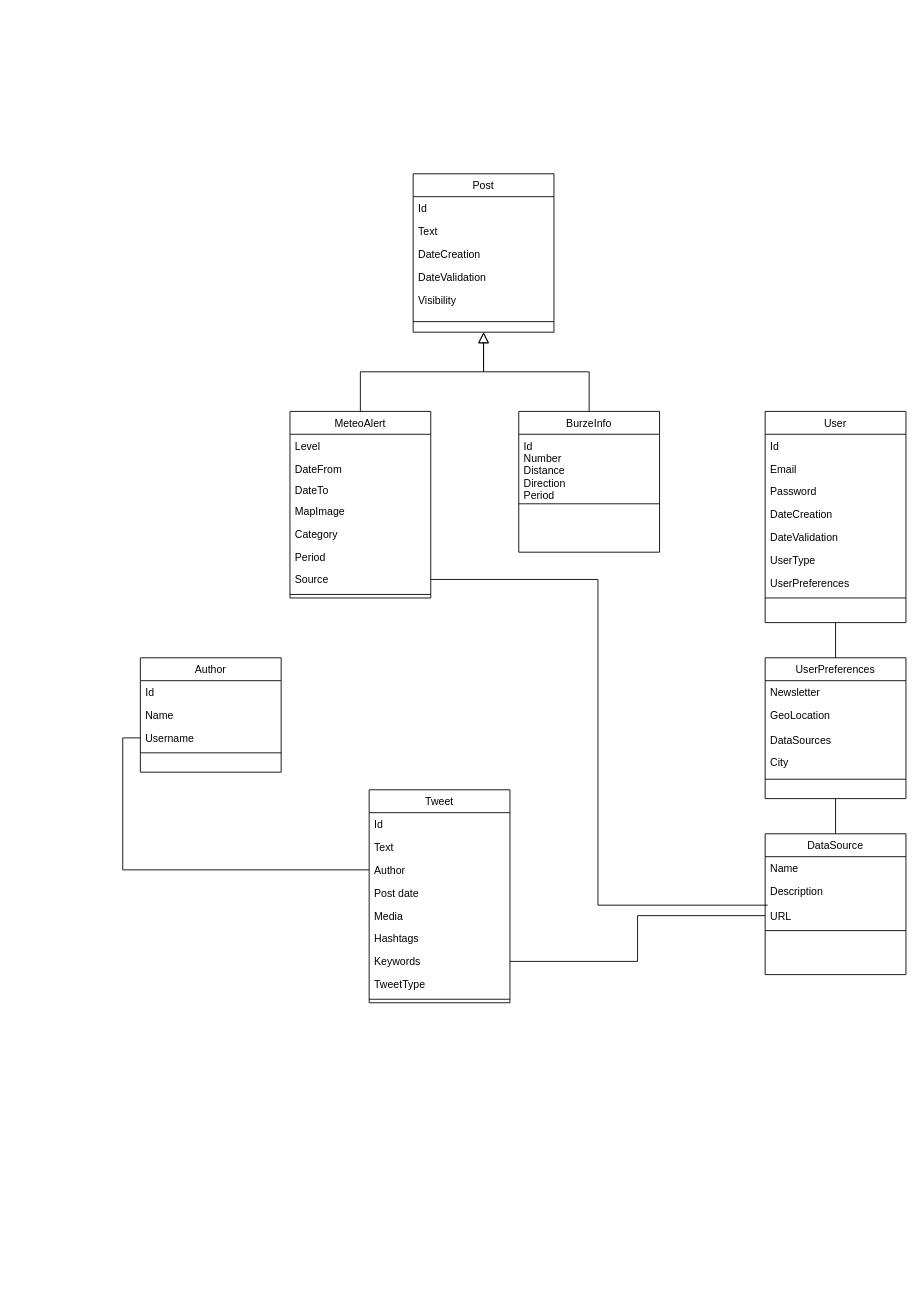
Earlier version of the draw.io diagram page "Class diagram" (2 of 4) of docs/warn-me-diagrams.drawio (TheBrothersCode/WarnMe). Source tidied: cells renumbered, new cells numbered last; positions are measured from the earlier drawing's top-left corner, leaving out a move shared by most shapes. Both pictures are drawn from the tidied source at 88%, with x=0, y=0 at pixel (140, 173).
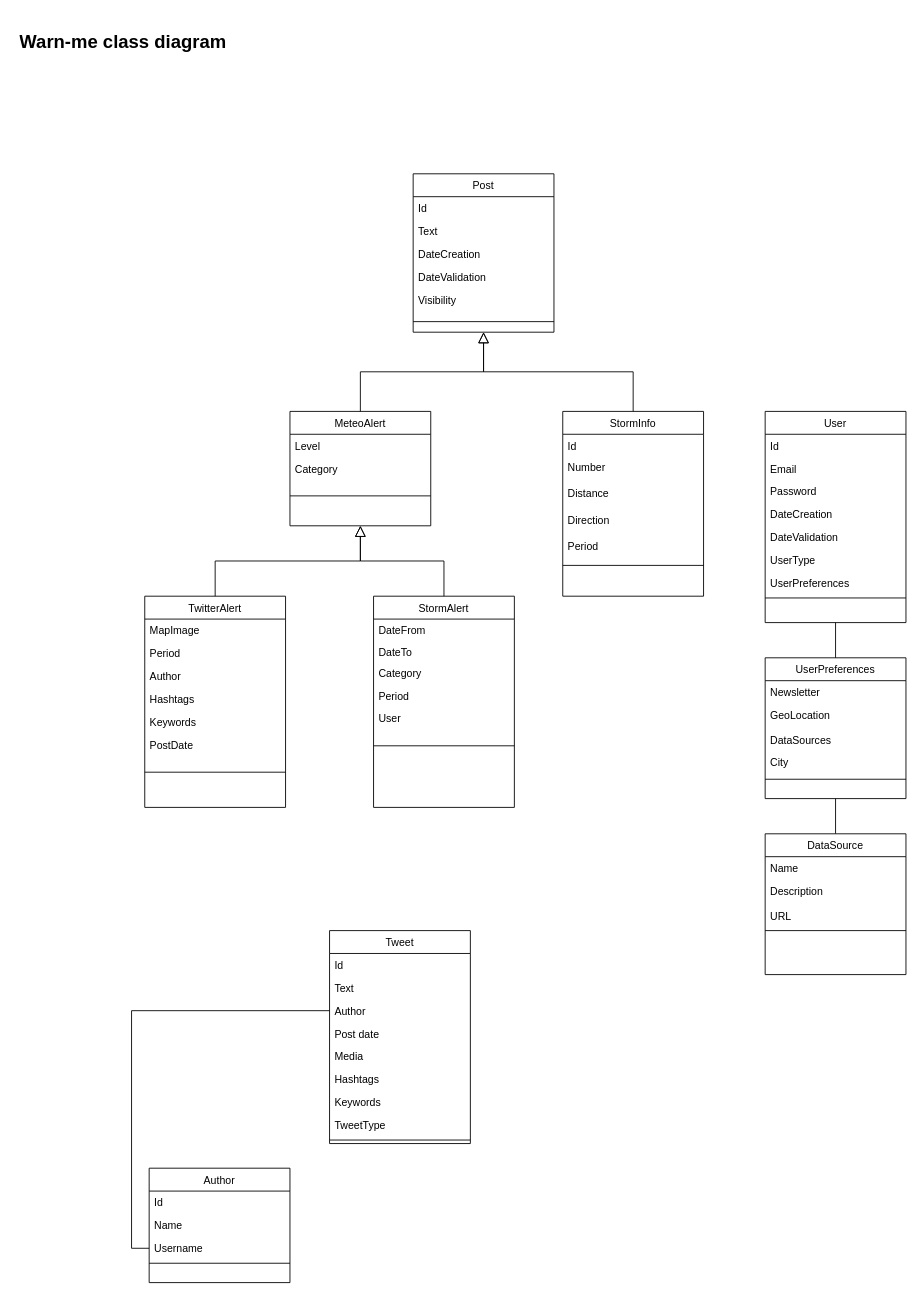
The same diagram, later.

Commit message (it also covers changes not shown here):
entity diagram second approach

Unchanged cells that the change refers to:
```xml
<mxCell id="18" value="Keywords" style="text;align=left;verticalAlign=top;spacingLeft=4;spacingRight=4;overflow=hidden;points=[[0,0.5],[1,0.5]];portConstraint=eastwest;rounded=0;shadow=0;html=0;" parent="11" vertex="1">
  <mxGeometry y="182" width="160" height="26" as="geometry" />
</mxCell>
<mxCell id="59" value="URL" style="text;align=left;verticalAlign=top;spacingLeft=4;spacingRight=4;overflow=hidden;points=[[0,0.5],[1,0.5]];portConstraint=eastwest;rounded=0;shadow=0;html=0;" parent="56" vertex="1">
  <mxGeometry y="80" width="160" height="26" as="geometry" />
</mxCell>
```

Diff of the diagram source:
```diff
@@
     <mxCell id="2" value="MeteoAlert" style="swimlane;fontStyle=0;align=center;verticalAlign=top;horizontal=1;startSize=26;rounded=0;shadow=0;strokeWidth=1;" parent="1" vertex="1">
-      <mxGeometry x="170" y="270" width="160" height="212" as="geometry" />
+      <mxGeometry x="170" y="270" width="160" height="130" as="geometry" />
     </mxCell>
@@
-    <mxCell id="4" value="DateFrom" style="text;align=left;verticalAlign=top;spacingLeft=4;spacingRight=4;overflow=hidden;" parent="2" vertex="1">
-      <mxGeometry y="52" width="160" height="24" as="geometry" />
-    </mxCell>
-    <mxCell id="5" value="DateTo" style="text;align=left;verticalAlign=top;spacingLeft=4;spacingRight=4;overflow=hidden;" parent="2" vertex="1">
-      <mxGeometry y="76" width="160" height="24" as="geometry" />
-    </mxCell>
-    <mxCell id="6" value="MapImage" style="text;align=left;verticalAlign=top;spacingLeft=4;spacingRight=4;overflow=hidden;rounded=0;shadow=0;html=0;" parent="2" vertex="1">
-      <mxGeometry y="100" width="160" height="26" as="geometry" />
-    </mxCell>
     <mxCell id="7" value="Category" style="text;align=left;verticalAlign=top;spacingLeft=4;spacingRight=4;overflow=hidden;rounded=0;shadow=0;html=0;" parent="2" vertex="1">
-      <mxGeometry y="126" width="160" height="26" as="geometry" />
+      <mxGeometry y="52" width="160" height="26" as="geometry" />
     </mxCell>
-    <mxCell id="8" value="Period" style="text;align=left;verticalAlign=top;spacingLeft=4;spacingRight=4;overflow=hidden;rounded=0;shadow=0;html=0;" parent="2" vertex="1">
-      <mxGeometry y="152" width="160" height="26" as="geometry" />
-    </mxCell>
-    <mxCell id="9" value="Source" style="text;align=left;verticalAlign=top;spacingLeft=4;spacingRight=4;overflow=hidden;points=[[0,0.5],[1,0.5]];portConstraint=eastwest;rounded=0;shadow=0;html=0;" parent="2" vertex="1">
-      <mxGeometry y="178" width="160" height="26" as="geometry" />
-    </mxCell>
     <mxCell id="10" style="line;html=1;strokeWidth=1;align=left;verticalAlign=middle;spacingTop=-1;spacingLeft=3;spacingRight=3;labelPosition=right;" parent="2" vertex="1">
-      <mxGeometry y="204" width="160" height="8" as="geometry" />
+      <mxGeometry y="78" width="160" height="36" as="geometry" />
     </mxCell>
     <mxCell id="11" value="Tweet" style="swimlane;fontStyle=0;align=center;verticalAlign=top;horizontal=1;startSize=26;rounded=0;shadow=0;strokeWidth=1;" parent="1" vertex="1">
-      <mxGeometry x="260" y="700" width="160" height="242" as="geometry" />
+      <mxGeometry x="215" y="860" width="160" height="242" as="geometry" />
     </mxCell>
@@
-    <mxCell id="21" value="BurzeInfo" style="swimlane;fontStyle=0;align=center;verticalAlign=top;horizontal=1;startSize=26;rounded=0;shadow=0;strokeWidth=1;" parent="1" vertex="1">
-      <mxGeometry x="430" y="270" width="160" height="160" as="geometry" />
+    <mxCell id="21" value="StormInfo" style="swimlane;fontStyle=0;align=center;verticalAlign=top;horizontal=1;startSize=26;rounded=0;shadow=0;strokeWidth=1;" parent="1" vertex="1">
+      <mxGeometry x="480" y="270" width="160" height="210" as="geometry" />
     </mxCell>
-    <mxCell id="22" value="Id&#10;Number&#10;Distance&#10;Direction&#10;Period" style="text;align=left;verticalAlign=top;spacingLeft=4;spacingRight=4;overflow=hidden;" parent="21" vertex="1">
-      <mxGeometry y="26" width="160" height="74" as="geometry" />
+    <mxCell id="22" value="Id" style="text;align=left;verticalAlign=top;spacingLeft=4;spacingRight=4;overflow=hidden;" parent="21" vertex="1">
+      <mxGeometry y="26" width="160" height="24" as="geometry" />
     </mxCell>
+    <mxCell id="63" value="Number" style="text;align=left;verticalAlign=top;spacingLeft=4;spacingRight=4;overflow=hidden;" parent="21" vertex="1">
+      <mxGeometry y="50" width="160" height="30" as="geometry" />
+    </mxCell>
+    <mxCell id="64" value="Distance" style="text;align=left;verticalAlign=top;spacingLeft=4;spacingRight=4;overflow=hidden;" parent="21" vertex="1">
+      <mxGeometry y="80" width="160" height="30" as="geometry" />
+    </mxCell>
+    <mxCell id="65" value="Direction" style="text;align=left;verticalAlign=top;spacingLeft=4;spacingRight=4;overflow=hidden;" parent="21" vertex="1">
+      <mxGeometry y="110" width="160" height="30" as="geometry" />
+    </mxCell>
+    <mxCell id="66" value="Period" style="text;align=left;verticalAlign=top;spacingLeft=4;spacingRight=4;overflow=hidden;" parent="21" vertex="1">
+      <mxGeometry y="140" width="160" height="30" as="geometry" />
+    </mxCell>
     <mxCell id="23" style="line;html=1;strokeWidth=1;align=left;verticalAlign=middle;spacingTop=-1;spacingLeft=3;spacingRight=3;labelPosition=right;" parent="21" vertex="1">
-      <mxGeometry y="100" width="160" height="10" as="geometry" />
+      <mxGeometry y="170" width="160" height="10" as="geometry" />
     </mxCell>
@@
     <mxCell id="41" value="Author" style="swimlane;fontStyle=0;align=center;verticalAlign=top;horizontal=1;startSize=26;rounded=0;shadow=0;strokeWidth=1;" parent="1" vertex="1">
-      <mxGeometry y="550" width="160" height="130" as="geometry" />
+      <mxGeometry x="10" y="1130" width="160" height="130" as="geometry" />
     </mxCell>
@@
-    <mxCell id="61" style="edgeStyle=orthogonalEdgeStyle;rounded=0;jettySize=auto;html=1;exitX=1;exitY=0.5;exitDx=0;exitDy=0;endArrow=none;endFill=0;entryX=0;entryY=0.5;entryDx=0;entryDy=0;" parent="1" edge="1" source="18" target="59">
-      <mxGeometry relative="1" as="geometry" />
-    </mxCell>
-    <mxCell id="62" style="edgeStyle=orthogonalEdgeStyle;rounded=0;jettySize=auto;html=1;entryX=0.018;entryY=0.043;entryDx=0;entryDy=0;endArrow=none;endFill=0;entryPerimeter=0;" parent="1" edge="1" source="9" target="59">
-      <mxGeometry relative="1" as="geometry" />
-    </mxCell>
+    <mxCell id="67" value="TwitterAlert" style="swimlane;fontStyle=0;align=center;verticalAlign=top;horizontal=1;startSize=26;rounded=0;shadow=0;strokeWidth=1;" parent="1" vertex="1">
+      <mxGeometry x="5" y="480" width="160" height="240" as="geometry" />
+    </mxCell>
+    <mxCell id="6" value="MapImage" style="text;align=left;verticalAlign=top;spacingLeft=4;spacingRight=4;overflow=hidden;rounded=0;shadow=0;html=0;" parent="67" vertex="1">
+      <mxGeometry y="26" width="160" height="26" as="geometry" />
+    </mxCell>
+    <mxCell id="68" value="Period" style="text;align=left;verticalAlign=top;spacingLeft=4;spacingRight=4;overflow=hidden;rounded=0;shadow=0;html=0;" parent="67" vertex="1">
+      <mxGeometry y="52" width="160" height="26" as="geometry" />
+    </mxCell>
+    <mxCell id="69" value="Author" style="text;align=left;verticalAlign=top;spacingLeft=4;spacingRight=4;overflow=hidden;rounded=0;shadow=0;html=0;" parent="67" vertex="1">
+      <mxGeometry y="78" width="160" height="26" as="geometry" />
+    </mxCell>
+    <mxCell id="70" value="Hashtags" style="text;align=left;verticalAlign=top;spacingLeft=4;spacingRight=4;overflow=hidden;rounded=0;shadow=0;html=0;" parent="67" vertex="1">
+      <mxGeometry y="104" width="160" height="26" as="geometry" />
+    </mxCell>
+    <mxCell id="71" value="Keywords" style="text;align=left;verticalAlign=top;spacingLeft=4;spacingRight=4;overflow=hidden;rounded=0;shadow=0;html=0;" parent="67" vertex="1">
+      <mxGeometry y="130" width="160" height="26" as="geometry" />
+    </mxCell>
+    <mxCell id="72" value="PostDate" style="text;align=left;verticalAlign=top;spacingLeft=4;spacingRight=4;overflow=hidden;rounded=0;shadow=0;html=0;" parent="67" vertex="1">
+      <mxGeometry y="156" width="160" height="26" as="geometry" />
+    </mxCell>
+    <mxCell id="73" style="line;html=1;strokeWidth=1;align=left;verticalAlign=middle;spacingTop=-1;spacingLeft=3;spacingRight=3;labelPosition=right;" parent="67" vertex="1">
+      <mxGeometry y="182" width="160" height="36" as="geometry" />
+    </mxCell>
+    <mxCell id="74" value="StormAlert" style="swimlane;fontStyle=0;align=center;verticalAlign=top;horizontal=1;startSize=26;rounded=0;shadow=0;strokeWidth=1;" parent="1" vertex="1">
+      <mxGeometry x="265" y="480" width="160" height="240" as="geometry" />
+    </mxCell>
+    <mxCell id="4" value="DateFrom" style="text;align=left;verticalAlign=top;spacingLeft=4;spacingRight=4;overflow=hidden;" parent="74" vertex="1">
+      <mxGeometry y="26" width="160" height="24" as="geometry" />
+    </mxCell>
+    <mxCell id="5" value="DateTo" style="text;align=left;verticalAlign=top;spacingLeft=4;spacingRight=4;overflow=hidden;" parent="74" vertex="1">
+      <mxGeometry y="50" width="160" height="24" as="geometry" />
+    </mxCell>
+    <mxCell id="75" value="Category" style="text;align=left;verticalAlign=top;spacingLeft=4;spacingRight=4;overflow=hidden;rounded=0;shadow=0;html=0;" parent="74" vertex="1">
+      <mxGeometry y="74" width="160" height="26" as="geometry" />
+    </mxCell>
+    <mxCell id="76" value="Period" style="text;align=left;verticalAlign=top;spacingLeft=4;spacingRight=4;overflow=hidden;rounded=0;shadow=0;html=0;" parent="74" vertex="1">
+      <mxGeometry y="100" width="160" height="26" as="geometry" />
+    </mxCell>
+    <mxCell id="77" value="User" style="text;align=left;verticalAlign=top;spacingLeft=4;spacingRight=4;overflow=hidden;rounded=0;shadow=0;html=0;" parent="74" vertex="1">
+      <mxGeometry y="126" width="160" height="26" as="geometry" />
+    </mxCell>
+    <mxCell id="78" style="line;html=1;strokeWidth=1;align=left;verticalAlign=middle;spacingTop=-1;spacingLeft=3;spacingRight=3;labelPosition=right;" parent="74" vertex="1">
+      <mxGeometry y="152" width="160" height="36" as="geometry" />
+    </mxCell>
+    <mxCell id="79" style="endArrow=block;endSize=10;endFill=0;shadow=0;strokeWidth=1;rounded=0;edgeStyle=elbowEdgeStyle;elbow=vertical;entryX=0.5;entryY=1;entryDx=0;entryDy=0;exitX=0.5;exitY=0;exitDx=0;exitDy=0;" parent="1" edge="1" source="67" target="2">
+      <mxGeometry relative="1" as="geometry" />
+    </mxCell>
+    <mxCell id="80" style="endArrow=block;endSize=10;endFill=0;shadow=0;strokeWidth=1;rounded=0;edgeStyle=elbowEdgeStyle;elbow=vertical;entryX=0.5;entryY=1;entryDx=0;entryDy=0;exitX=0.5;exitY=0;exitDx=0;exitDy=0;" parent="1" edge="1" source="74" target="2">
+      <mxGeometry relative="1" as="geometry" />
+    </mxCell>
+    <mxCell id="81" value="&lt;h1&gt;&lt;span style=&quot;font-size: 21px&quot;&gt;Warn-me class diagram&lt;/span&gt;&lt;/h1&gt;" style="text;html=1;strokeColor=none;fillColor=none;spacing=5;spacingTop=-20;whiteSpace=wrap;overflow=hidden;rounded=0;" parent="1" vertex="1">
+      <mxGeometry x="-142" y="-170" width="357" height="60" as="geometry" />
+    </mxCell>
```
